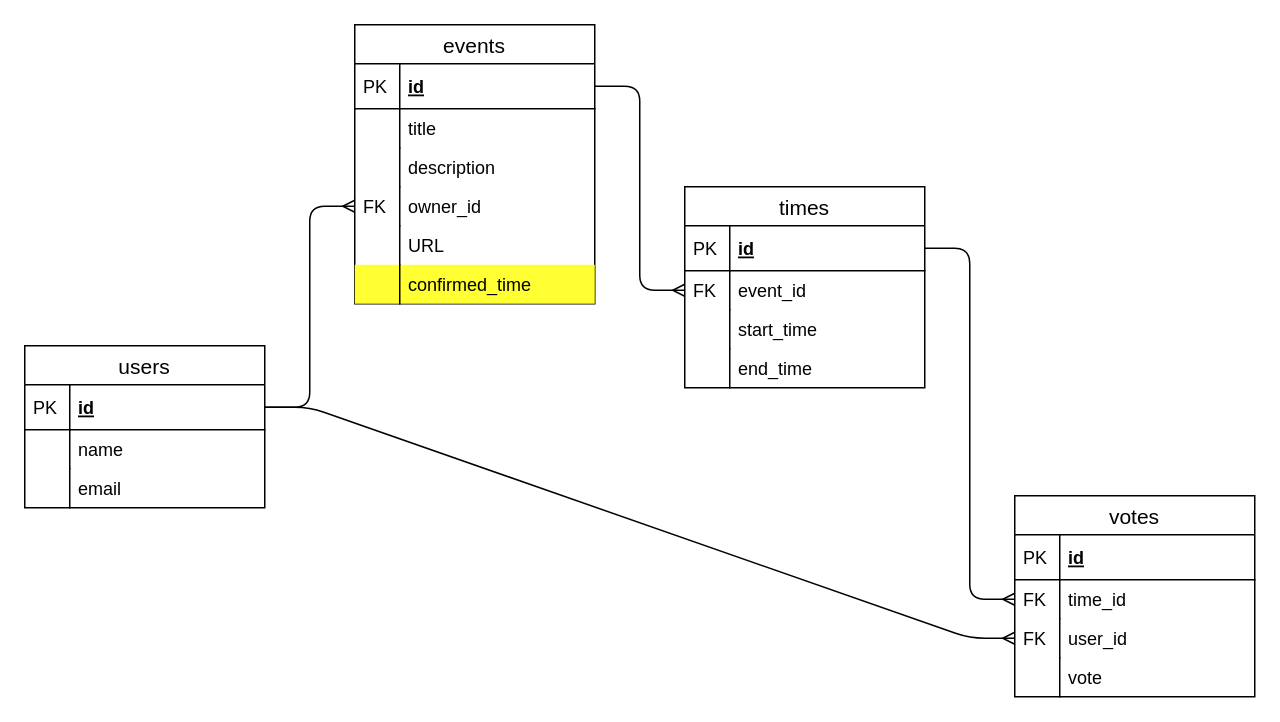
This is docs/planning/scoodle_ERD.drawio from jeff-sexton/schoodle, a draw.io file, before an edit. Source tidied: cells renumbered, new cells numbered last; positions are measured from the earlier drawing's top-left corner, leaving out a move shared by most shapes. Both pictures are drawn from the tidied source at 150%, with x=0, y=0 at pixel (24, 24).
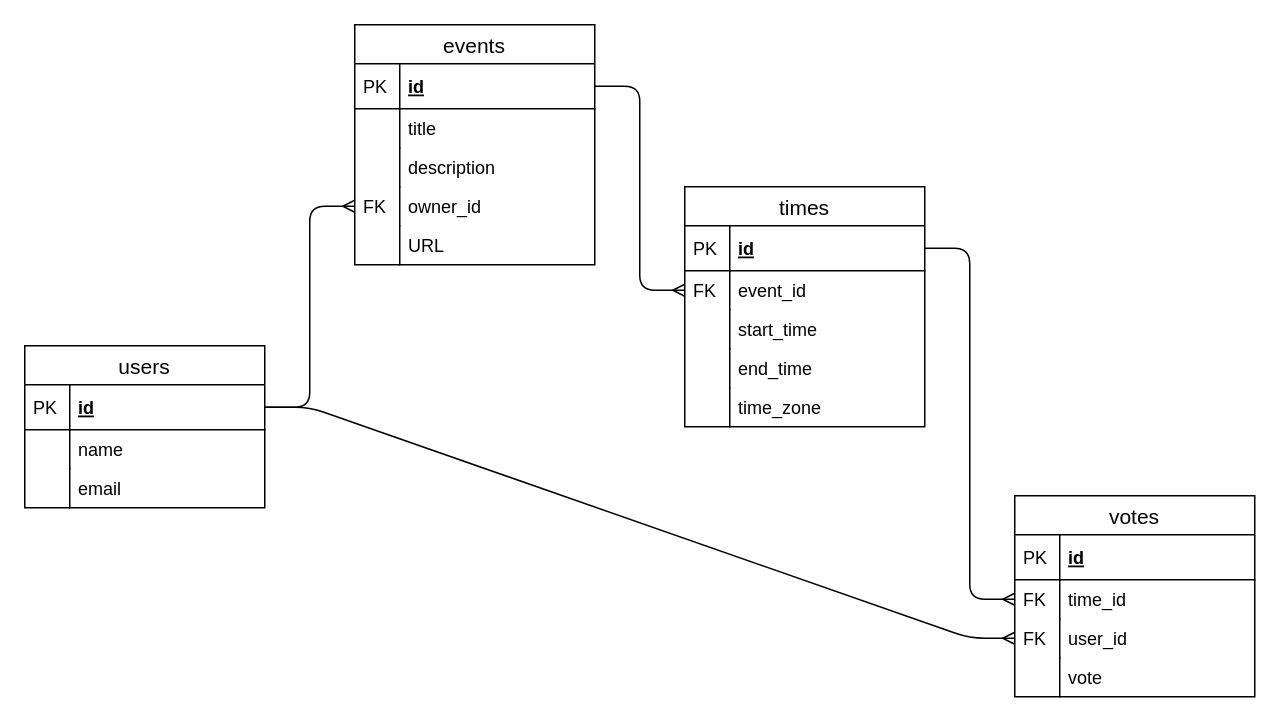
Above is the later version.

Change to the diagram source:
```diff
@@
     <mxCell id="6" value="events" style="swimlane;fontStyle=0;horizontal=1;startSize=26;align=center;fontSize=14;" parent="1" vertex="1">
-      <mxGeometry x="220" width="160" height="186" as="geometry" />
+      <mxGeometry x="220" width="160" height="160" as="geometry" />
     </mxCell>
@@
-    <mxCell id="17" value="confirmed_time" style="shape=partialRectangle;top=0;left=0;right=0;bottom=0;align=left;verticalAlign=top;fillColor=#FFFF33;spacingLeft=34;spacingRight=4;overflow=hidden;fontSize=12;" parent="6" vertex="1">
-      <mxGeometry y="160" width="160" height="26" as="geometry" />
-    </mxCell>
-    <mxCell id="18" style="shape=partialRectangle;top=0;left=0;bottom=0;fillColor=none;align=left;verticalAlign=top;spacingLeft=4;spacingRight=4;overflow=hidden;fontSize=12;" parent="17" vertex="1">
-      <mxGeometry width="30" height="26" as="geometry" />
-    </mxCell>
@@
     <mxCell id="26" value="times" style="swimlane;fontStyle=0;horizontal=1;startSize=26;align=center;fontSize=14;" parent="1" vertex="1">
-      <mxGeometry x="440" y="108" width="160" height="134" as="geometry" />
+      <mxGeometry x="440" y="108" width="160" height="160" as="geometry" />
     </mxCell>
@@
+    <mxCell id="44" value="time_zone" style="shape=partialRectangle;top=0;left=0;right=0;bottom=0;align=left;verticalAlign=top;fillColor=none;spacingLeft=34;spacingRight=4;overflow=hidden;fontSize=12;" parent="26" vertex="1">
+      <mxGeometry y="134" width="160" height="26" as="geometry" />
+    </mxCell>
+    <mxCell id="18" style="shape=partialRectangle;top=0;left=0;bottom=0;fillColor=none;align=left;verticalAlign=top;spacingLeft=4;spacingRight=4;overflow=hidden;fontSize=12;" parent="44" vertex="1">
+      <mxGeometry width="30" height="26" as="geometry" />
+    </mxCell>
```
